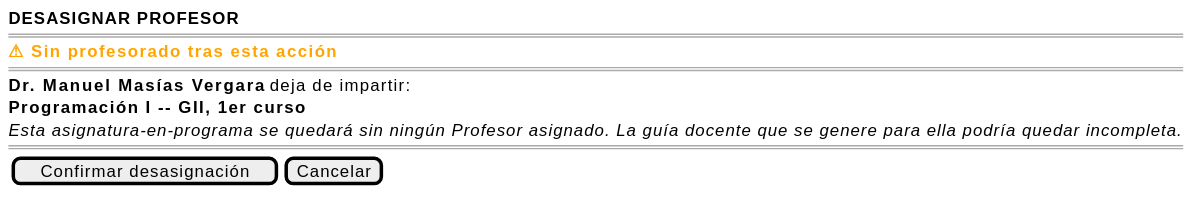
Earlier version of the PlantUML export images/RUP/01-requisitos/03-detalle-casos-uso/desasignarProfesorAsignaturaPrograma/wireframe-advertencia.svg (mmasias/pyCeldaPublico).
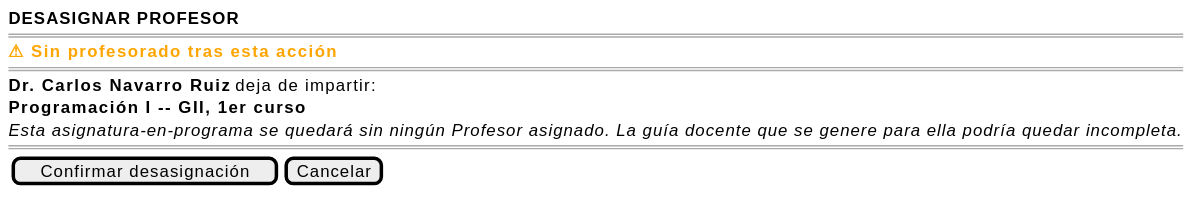
After the change.

Diff of the diagram source:
```diff
@@ -4,7 +4,7 @@
     ====
     <color:orange><b>⚠ Sin profesorado tras esta acción</b></color>
     ====
-    <b>Dr. Manuel Masías Vergara</b> deja de impartir:
+    <b>Dr. Carlos Navarro Ruiz</b> deja de impartir:
 
     <b>Programación I -- GII, 1er curso</b>
 
```
